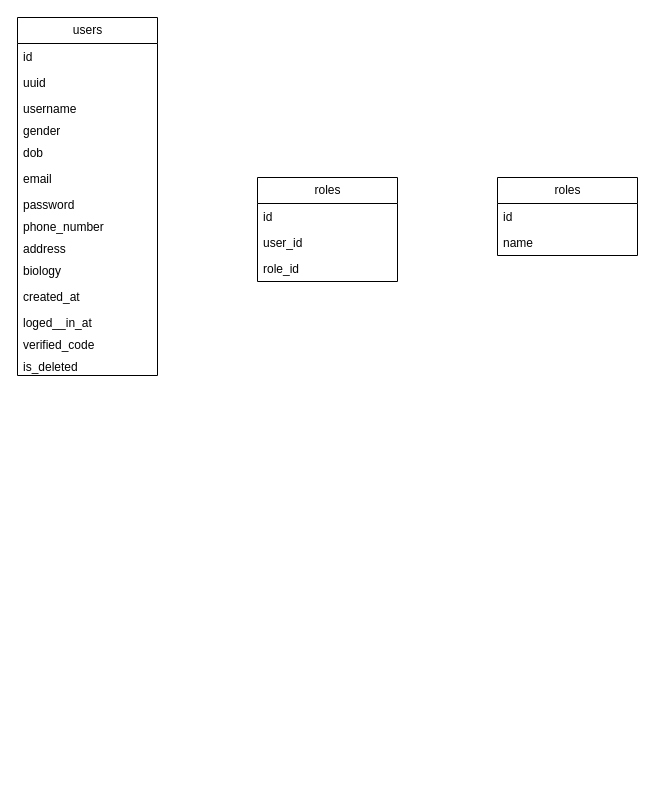
This is Untitled Diagram.drawio from chento007/java-basic-stock, a draw.io file, before an edit. Source tidied: cells renumbered, new cells numbered last; positions are measured from the earlier drawing's top-left corner, leaving out a move shared by most shapes. Both pictures are drawn from the tidied source at 100%, with x=0, y=0 at pixel (17, 17).
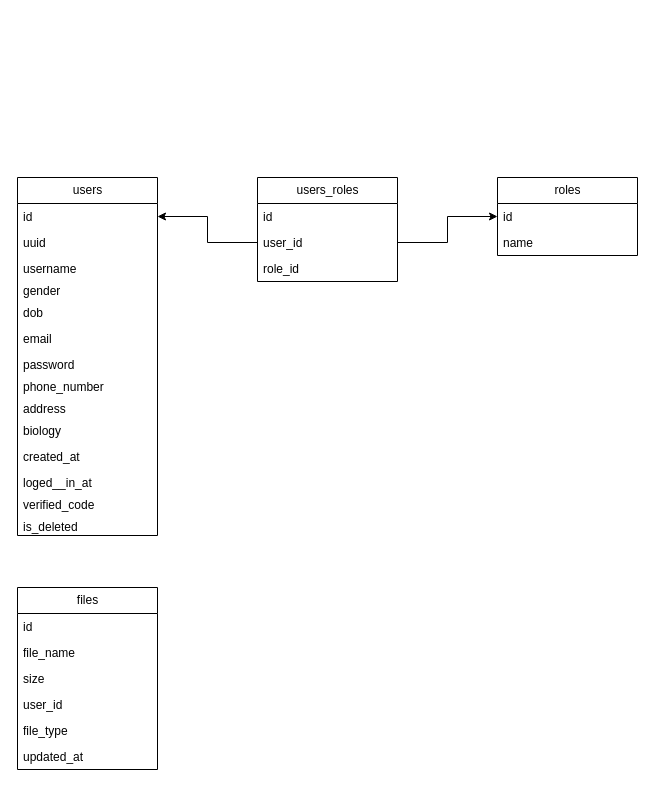
The same diagram, later.

The change refers to these unchanged cells:
```xml
<mxCell id="3" value="id" style="text;strokeColor=none;fillColor=none;align=left;verticalAlign=top;spacingLeft=4;spacingRight=4;overflow=hidden;points=[[0,0.5],[1,0.5]];portConstraint=eastwest;whiteSpace=wrap;html=1;" parent="2" vertex="1">
  <mxGeometry y="26" width="140" height="26" as="geometry" />
</mxCell>
<mxCell id="18" value="id" style="text;strokeColor=none;fillColor=none;align=left;verticalAlign=top;spacingLeft=4;spacingRight=4;overflow=hidden;points=[[0,0.5],[1,0.5]];portConstraint=eastwest;whiteSpace=wrap;html=1;" parent="17" vertex="1">
  <mxGeometry y="26" width="140" height="26" as="geometry" />
</mxCell>
<mxCell id="22" value="user_id" style="text;strokeColor=none;fillColor=none;align=left;verticalAlign=top;spacingLeft=4;spacingRight=4;overflow=hidden;points=[[0,0.5],[1,0.5]];portConstraint=eastwest;whiteSpace=wrap;html=1;" parent="20" vertex="1">
  <mxGeometry y="52" width="140" height="26" as="geometry" />
</mxCell>
```

Change to the diagram source:
```diff
@@
     <mxCell id="2" value="users" style="swimlane;fontStyle=0;horizontal=1;startSize=26;fillColor=none;html=1;" parent="1" vertex="1">
-      <mxGeometry width="140" height="358" as="geometry" />
+      <mxGeometry y="160" width="140" height="358" as="geometry" />
     </mxCell>
@@
-    <mxCell id="20" value="roles" style="swimlane;fontStyle=0;horizontal=1;startSize=26;fillColor=none;html=1;" parent="1" vertex="1">
+    <mxCell id="20" value="users_roles" style="swimlane;fontStyle=0;horizontal=1;startSize=26;fillColor=none;html=1;" parent="1" vertex="1">
       <mxGeometry x="240" y="160" width="140" height="104" as="geometry" />
     </mxCell>
@@
+    <mxCell id="24" style="edgeStyle=orthogonalEdgeStyle;rounded=0;jettySize=auto;html=1;" parent="1" edge="1" source="22" target="3">
+      <mxGeometry relative="1" as="geometry" />
+    </mxCell>
+    <mxCell id="25" style="edgeStyle=orthogonalEdgeStyle;rounded=0;jettySize=auto;html=1;entryX=0;entryY=0.5;entryDx=0;entryDy=0;" parent="1" edge="1" source="22" target="18">
+      <mxGeometry relative="1" as="geometry" />
+    </mxCell>
+    <mxCell id="26" value="files" style="swimlane;fontStyle=0;horizontal=1;startSize=26;fillColor=none;html=1;" parent="1" vertex="1">
+      <mxGeometry y="570" width="140" height="182" as="geometry" />
+    </mxCell>
+    <mxCell id="27" value="id" style="text;strokeColor=none;fillColor=none;align=left;verticalAlign=top;spacingLeft=4;spacingRight=4;overflow=hidden;whiteSpace=wrap;html=1;" parent="26" vertex="1">
+      <mxGeometry y="26" width="140" height="26" as="geometry" />
+    </mxCell>
+    <mxCell id="28" value="file_name" style="text;strokeColor=none;fillColor=none;align=left;verticalAlign=top;spacingLeft=4;spacingRight=4;overflow=hidden;whiteSpace=wrap;html=1;" parent="26" vertex="1">
+      <mxGeometry y="52" width="140" height="26" as="geometry" />
+    </mxCell>
+    <mxCell id="29" value="size" style="text;strokeColor=none;fillColor=none;align=left;verticalAlign=top;spacingLeft=4;spacingRight=4;overflow=hidden;whiteSpace=wrap;html=1;" parent="26" vertex="1">
+      <mxGeometry y="78" width="140" height="26" as="geometry" />
+    </mxCell>
+    <mxCell id="30" value="user_id" style="text;strokeColor=none;fillColor=none;align=left;verticalAlign=top;spacingLeft=4;spacingRight=4;overflow=hidden;whiteSpace=wrap;html=1;" parent="26" vertex="1">
+      <mxGeometry y="104" width="140" height="26" as="geometry" />
+    </mxCell>
+    <mxCell id="31" value="file_type" style="text;strokeColor=none;fillColor=none;align=left;verticalAlign=top;spacingLeft=4;spacingRight=4;overflow=hidden;whiteSpace=wrap;html=1;" parent="26" vertex="1">
+      <mxGeometry y="130" width="140" height="26" as="geometry" />
+    </mxCell>
+    <mxCell id="32" value="updated_at" style="text;strokeColor=none;fillColor=none;align=left;verticalAlign=top;spacingLeft=4;spacingRight=4;overflow=hidden;whiteSpace=wrap;html=1;" parent="26" vertex="1">
+      <mxGeometry y="156" width="140" height="26" as="geometry" />
+    </mxCell>
```
